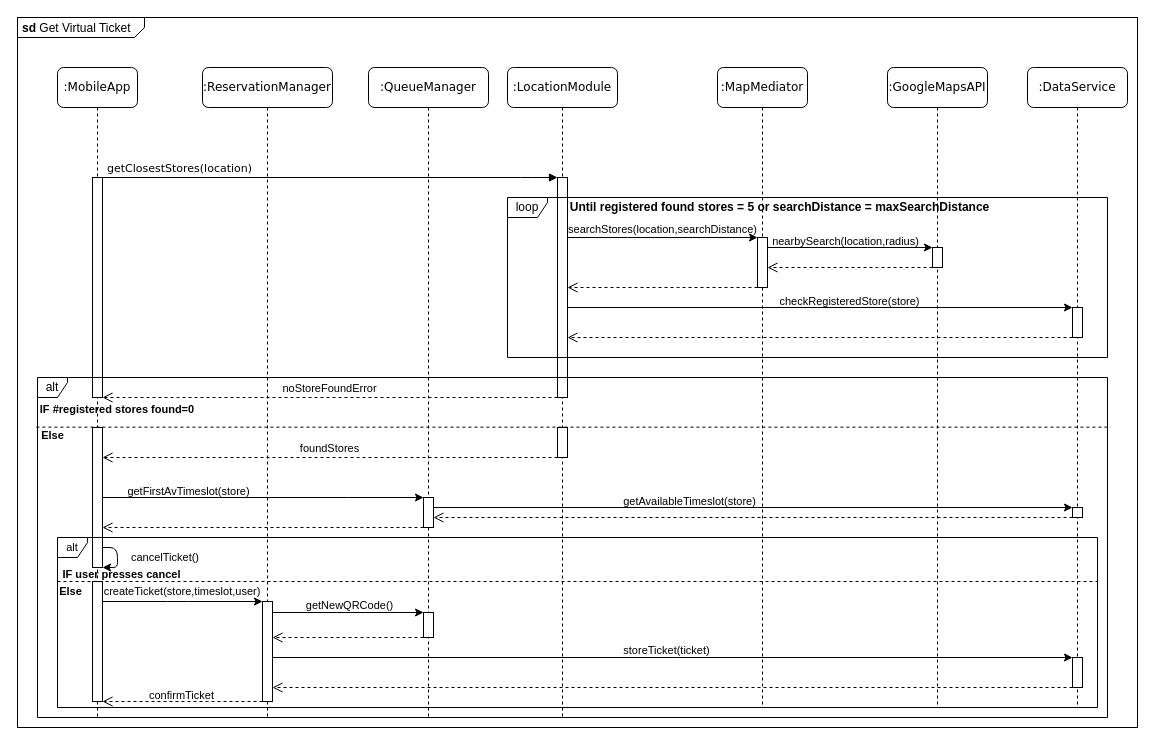
This is Relevant DD information/Sequence Diagrams/DrawIO/BookTicketSeq.drawio from EtionPinari/PinariRomeoSbrolli, a draw.io file, before an edit. Source tidied: cells renumbered, new cells numbered last; positions are measured from the earlier drawing's top-left corner, leaving out a move shared by most shapes. Both pictures are drawn from the tidied source at 100%, with x=0, y=0 at pixel (17, 17).
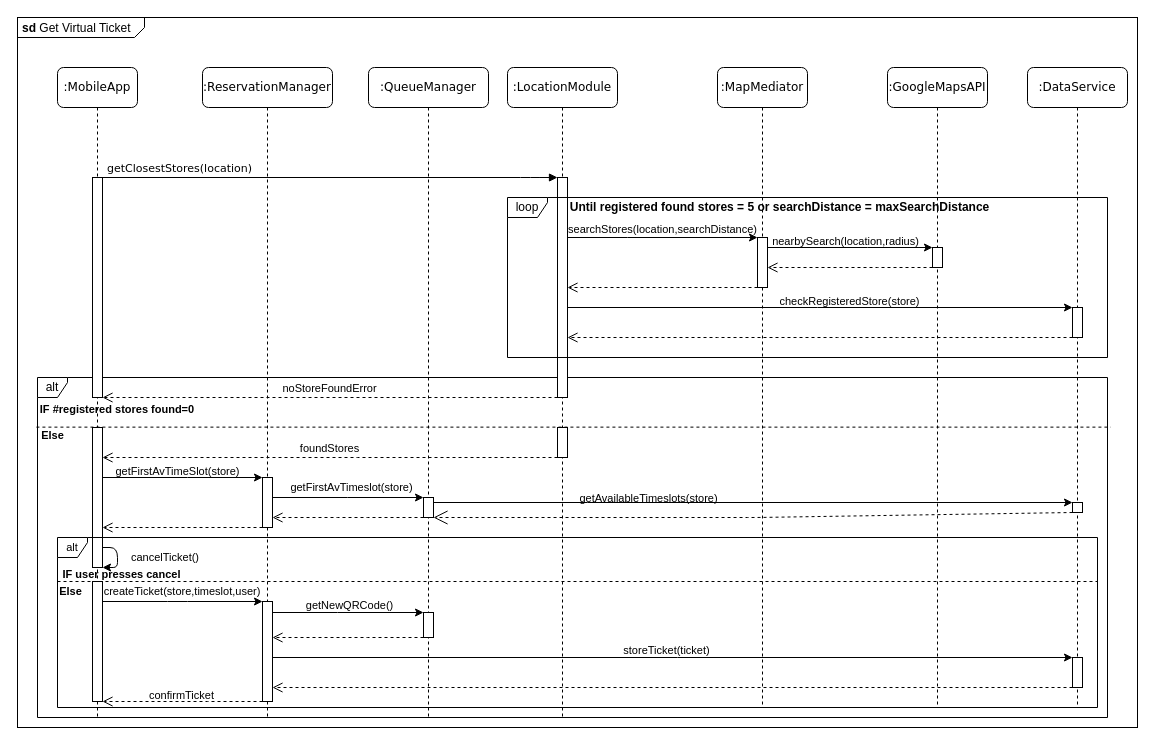
The same page after the edit.

The change refers to these unchanged cells:
```xml
<mxCell id="4" value=":ReservationManager" style="shape=umlLifeline;perimeter=lifelinePerimeter;whiteSpace=wrap;html=1;rounded=1;shadow=0;comic=0;labelBackgroundColor=none;strokeWidth=1;fontFamily=Verdana;fontSize=12;align=center;" parent="1" vertex="1">
  <mxGeometry x="185" y="50" width="130" height="650" as="geometry" />
</mxCell>
<mxCell id="6" value=":QueueManager" style="shape=umlLifeline;perimeter=lifelinePerimeter;whiteSpace=wrap;html=1;rounded=1;shadow=0;comic=0;labelBackgroundColor=none;strokeWidth=1;fontFamily=Verdana;fontSize=12;align=center;" parent="1" vertex="1">
  <mxGeometry x="351" y="50" width="120" height="650" as="geometry" />
</mxCell>
<mxCell id="16" value=":DataService" style="shape=umlLifeline;perimeter=lifelinePerimeter;whiteSpace=wrap;html=1;rounded=1;shadow=0;comic=0;labelBackgroundColor=none;strokeWidth=1;fontFamily=Verdana;fontSize=12;align=center;" parent="1" vertex="1">
  <mxGeometry x="1010" y="50" width="100" height="640" as="geometry" />
</mxCell>
<mxCell id="21" style="html=1;points=[];perimeter=orthogonalPerimeter;rounded=0;shadow=0;comic=0;labelBackgroundColor=none;strokeWidth=1;fontFamily=Verdana;fontSize=12;align=center;" parent="19" vertex="1">
  <mxGeometry x="35" y="360" width="10" height="140" as="geometry" />
</mxCell>
```

What changed in the source:
```diff
@@
+    <mxCell id="62" value="alt" style="shape=umlFrame;whiteSpace=wrap;html=1;labelBackgroundColor=none;width=30;height=20;" parent="1" vertex="1">
+      <mxGeometry x="20" y="360" width="1070" height="340" as="geometry" />
+    </mxCell>
@@
+    <mxCell id="7" style="html=1;points=[];perimeter=orthogonalPerimeter;rounded=0;shadow=0;comic=0;labelBackgroundColor=none;strokeWidth=1;fontFamily=Verdana;fontSize=12;align=center;" parent="4" vertex="1">
+      <mxGeometry x="60" y="410" width="10" height="50" as="geometry" />
+    </mxCell>
@@
-    <mxCell id="7" style="html=1;points=[];perimeter=orthogonalPerimeter;rounded=0;shadow=0;comic=0;labelBackgroundColor=none;strokeWidth=1;fontFamily=Verdana;fontSize=12;align=center;" parent="6" vertex="1">
-      <mxGeometry x="55" y="430" width="10" height="30" as="geometry" />
-    </mxCell>
@@
+    <mxCell id="63" style="html=1;points=[];perimeter=orthogonalPerimeter;rounded=0;shadow=0;comic=0;labelBackgroundColor=none;strokeWidth=1;fontFamily=Verdana;fontSize=12;align=center;" parent="6" vertex="1">
+      <mxGeometry x="55" y="430" width="10" height="20" as="geometry" />
+    </mxCell>
@@
     <mxCell id="18" style="html=1;points=[];perimeter=orthogonalPerimeter;rounded=0;shadow=0;comic=0;labelBackgroundColor=none;strokeWidth=1;fontFamily=Verdana;fontSize=12;align=center;" parent="16" vertex="1">
-      <mxGeometry x="45" y="440" width="10" height="10" as="geometry" />
+      <mxGeometry x="45" y="435" width="10" height="10" as="geometry" />
     </mxCell>
@@
     <mxCell id="40" style="edgeStyle=orthogonalEdgeStyle;rounded=0;jettySize=auto;html=1;fontSize=11;" parent="1" edge="1" source="21" target="7">
       <mxGeometry relative="1" as="geometry">
         <Array as="points">
-          <mxPoint x="330" y="480" />
-          <mxPoint x="330" y="480" />
+          <mxPoint x="170" y="460" />
+          <mxPoint x="170" y="460" />
         </Array>
       </mxGeometry>
     </mxCell>
-    <mxCell id="41" value="getFirstAvTimeslot(store)" style="edgeLabel;html=1;align=center;verticalAlign=middle;fontSize=11;labelBackgroundColor=none;" parent="40" vertex="1">
+    <mxCell id="41" value="getFirstAvTimeSlot(store)" style="edgeLabel;html=1;align=center;verticalAlign=middle;fontSize=11;labelBackgroundColor=none;" parent="40" vertex="1">
       <mxGeometry x="0.13" y="-1" relative="1" as="geometry">
-        <mxPoint x="-95.8" y="-8" as="offset" />
+        <mxPoint x="-16" y="-8" as="offset" />
       </mxGeometry>
     </mxCell>
     <mxCell id="42" style="html=1;verticalAlign=bottom;endArrow=open;dashed=1;endSize=8;fontSize=11;" parent="1" edge="1" source="7" target="21">
       <mxGeometry relative="1" as="geometry">
         <Array as="points">
-          <mxPoint x="335" y="510" />
+          <mxPoint x="160" y="510" />
         </Array>
       </mxGeometry>
     </mxCell>
@@
-    <mxCell id="54" style="edgeStyle=orthogonalEdgeStyle;rounded=0;jettySize=auto;html=1;fontSize=10;" parent="1" edge="1" source="7" target="18">
+    <mxCell id="54" style="edgeStyle=orthogonalEdgeStyle;rounded=0;jettySize=auto;html=1;fontSize=10;" parent="1" edge="1" source="7" target="63">
       <mxGeometry relative="1" as="geometry">
         <Array as="points">
-          <mxPoint x="740" y="490" />
-          <mxPoint x="740" y="490" />
+          <mxPoint x="330" y="480" />
+          <mxPoint x="330" y="480" />
         </Array>
       </mxGeometry>
     </mxCell>
-    <mxCell id="55" value="getAvailableTimeslot(store)" style="edgeLabel;html=1;align=center;verticalAlign=middle;fontSize=11;labelBackgroundColor=none;" parent="54" vertex="1">
+    <mxCell id="55" value="getFirstAvTimeslot(store)" style="edgeLabel;html=1;align=center;verticalAlign=middle;fontSize=11;labelBackgroundColor=none;" parent="54" vertex="1">
       <mxGeometry x="-0.14" y="3" relative="1" as="geometry">
-        <mxPoint x="-20" y="-4" as="offset" />
+        <mxPoint x="13.3" y="-8" as="offset" />
       </mxGeometry>
     </mxCell>
-    <mxCell id="56" style="html=1;verticalAlign=bottom;endArrow=open;dashed=1;endSize=8;" parent="1" edge="1" source="18" target="7">
+    <mxCell id="56" style="html=1;verticalAlign=bottom;endArrow=open;dashed=1;endSize=8;" parent="1" edge="1" source="63" target="7">
       <mxGeometry relative="1" as="geometry">
         <Array as="points">
-          <mxPoint x="680" y="500" />
+          <mxPoint x="360" y="500" />
+          <mxPoint x="310" y="500" />
         </Array>
       </mxGeometry>
     </mxCell>
@@
-    <mxCell id="62" value="alt" style="shape=umlFrame;whiteSpace=wrap;html=1;labelBackgroundColor=none;width=30;height=20;" parent="1" vertex="1">
-      <mxGeometry x="20" y="360" width="1070" height="340" as="geometry" />
-    </mxCell>
+    <mxCell id="64" style="edgeStyle=orthogonalEdgeStyle;rounded=0;jettySize=auto;html=1;" parent="1" edge="1" source="63" target="18">
+      <mxGeometry relative="1" as="geometry">
+        <Array as="points">
+          <mxPoint x="570" y="485" />
+          <mxPoint x="570" y="485" />
+        </Array>
+      </mxGeometry>
+    </mxCell>
+    <mxCell id="65" value="getAvailableTimeslots(store)" style="edgeLabel;html=1;align=center;verticalAlign=middle;fontSize=11;labelBackgroundColor=none;" parent="1" vertex="1">
+      <mxGeometry x="630" y="480" as="geometry" />
+    </mxCell>
+    <mxCell id="66" style="endArrow=open;endSize=12;dashed=1;html=1;" parent="1" edge="1" source="18" target="63">
+      <mxGeometry relative="1" as="geometry">
+        <Array as="points">
+          <mxPoint x="740" y="500" />
+        </Array>
+      </mxGeometry>
+    </mxCell>
```
